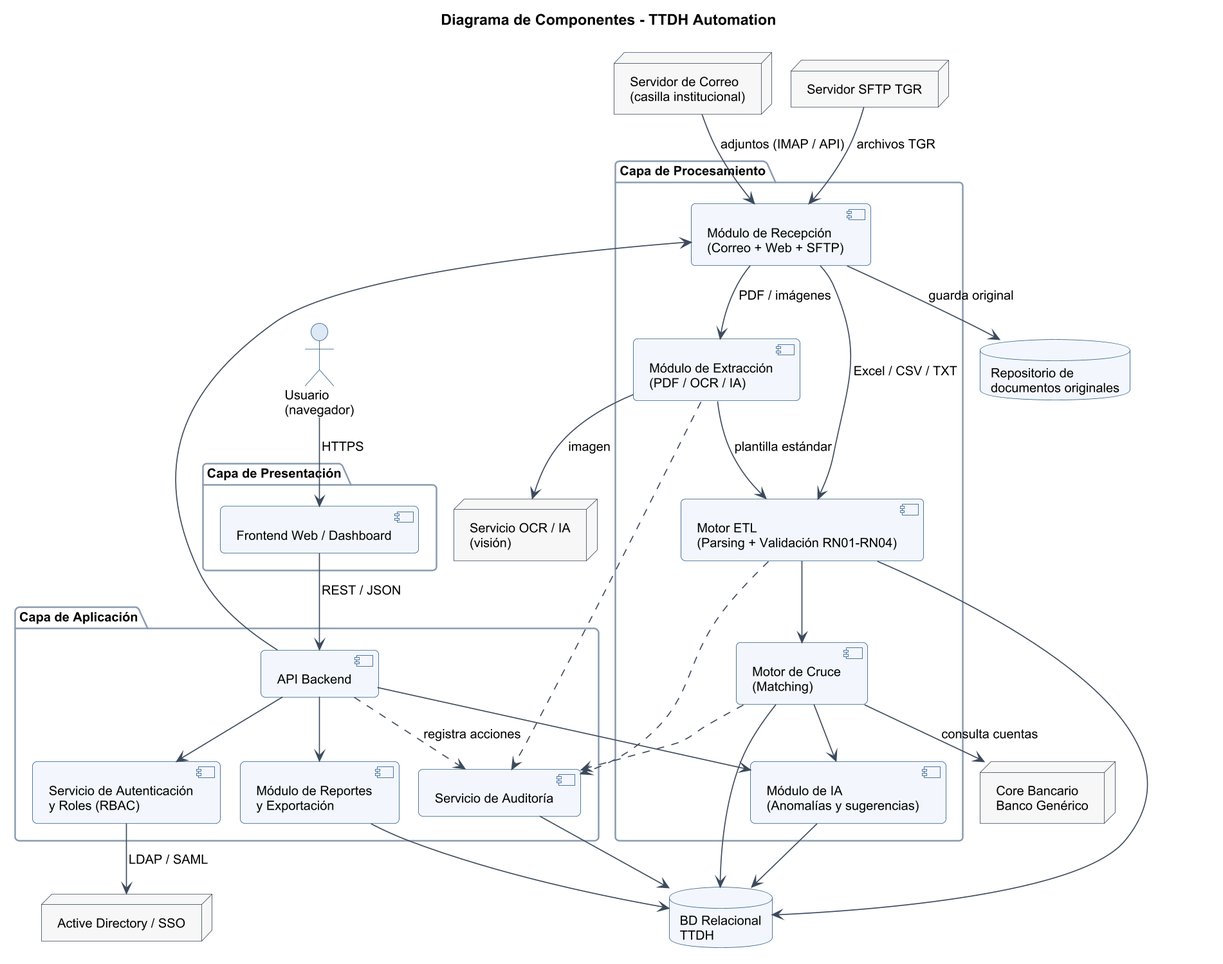
Above: Fase 2/Evidencias Proyecto/Evidencias de Documentación/Análisis y Diseño/Diagramas/03_componentes.png in JS-Ranker/CAPSTONE (PlantUML), before the change.
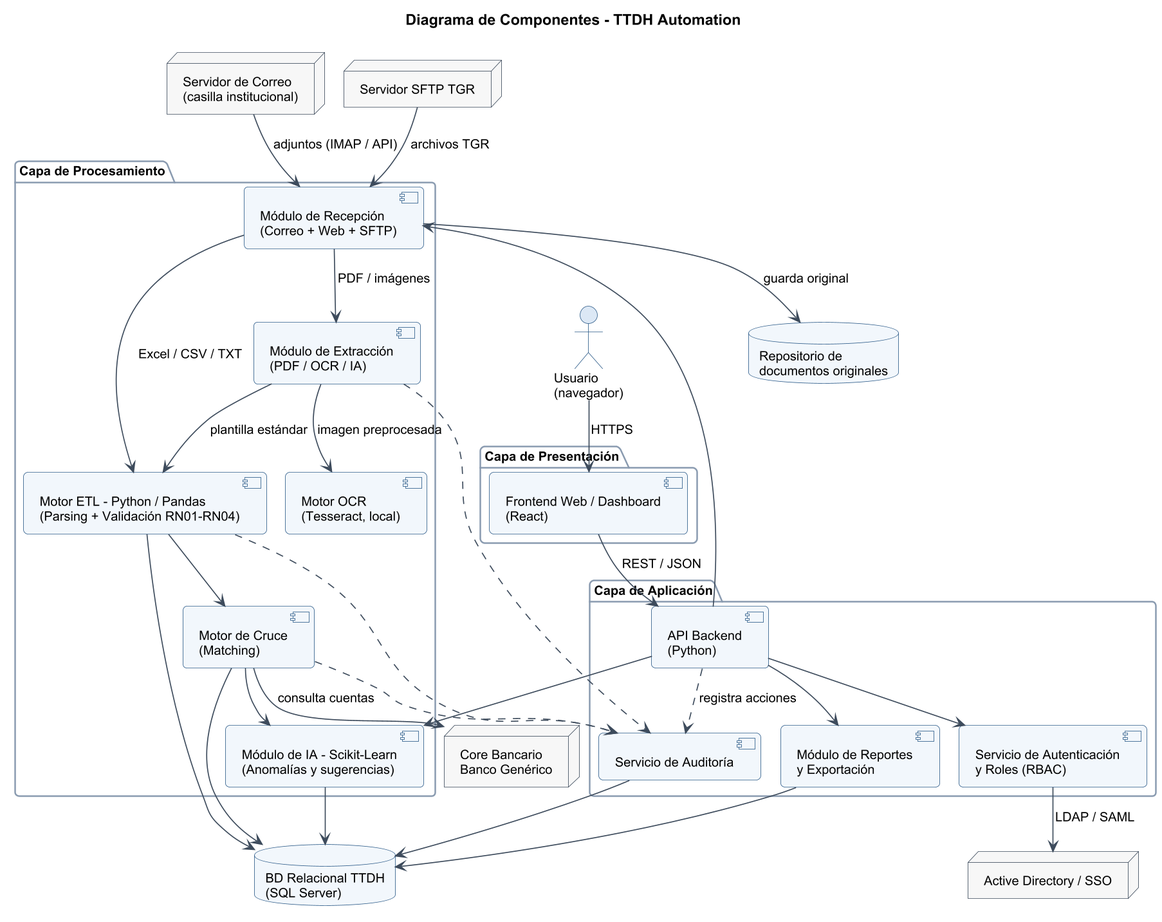
Later version of the same file.

The edit, as a diff of the source:
```diff
@@ -5,11 +5,11 @@
 actor "Usuario\n(navegador)" as U
 
 package "Capa de Presentación" {
-  [Frontend Web / Dashboard] as FE
+  [Frontend Web / Dashboard\n(React)] as FE
 }
 
 package "Capa de Aplicación" {
-  [API Backend] as API
+  [API Backend\n(Python)] as API
   [Servicio de Autenticación\ny Roles (RBAC)] as AUTH
   [Servicio de Auditoría] as AUD
   [Módulo de Reportes\ny Exportación] as REP
@@ -18,17 +18,17 @@
 package "Capa de Procesamiento" {
   [Módulo de Recepción\n(Correo + Web + SFTP)] as ING
   [Módulo de Extracción\n(PDF / OCR / IA)] as EXT
-  [Motor ETL\n(Parsing + Validación RN01-RN04)] as ETL
+  [Motor OCR\n(Tesseract, local)] as OCR
+  [Motor ETL - Python / Pandas\n(Parsing + Validación RN01-RN04)] as ETL
   [Motor de Cruce\n(Matching)] as MAT
-  [Módulo de IA\n(Anomalías y sugerencias)] as IAM
+  [Módulo de IA - Scikit-Learn\n(Anomalías y sugerencias)] as IAM
 }
 
-database "BD Relacional\nTTDH" as DB
+database "BD Relacional TTDH\n(SQL Server)" as DB
 database "Repositorio de\ndocumentos originales" as REPO
 
 node "Servidor de Correo\n(casilla institucional)" as MAIL
 node "Servidor SFTP TGR" as SFTP
-node "Servicio OCR / IA\n(visión)" as OCR
 node "Core Bancario\nBanco Genérico" as CORE
 node "Active Directory / SSO" as AD
 
@@ -44,7 +44,7 @@
 ING --> REPO : guarda original
 ING --> ETL : Excel / CSV / TXT
 ING --> EXT : PDF / imágenes
-EXT --> OCR : imagen
+EXT --> OCR : imagen preprocesada
 EXT --> ETL : plantilla estándar
 ETL --> MAT
 MAT --> CORE : consulta cuentas
```
